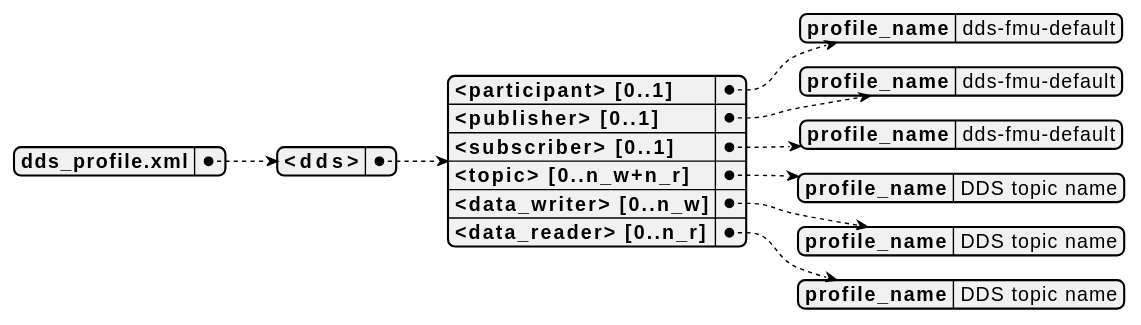
Above: docs/pdf/images/xml-profiles.svg in dnv-opensource/dds-fmu (PlantUML), before the change.
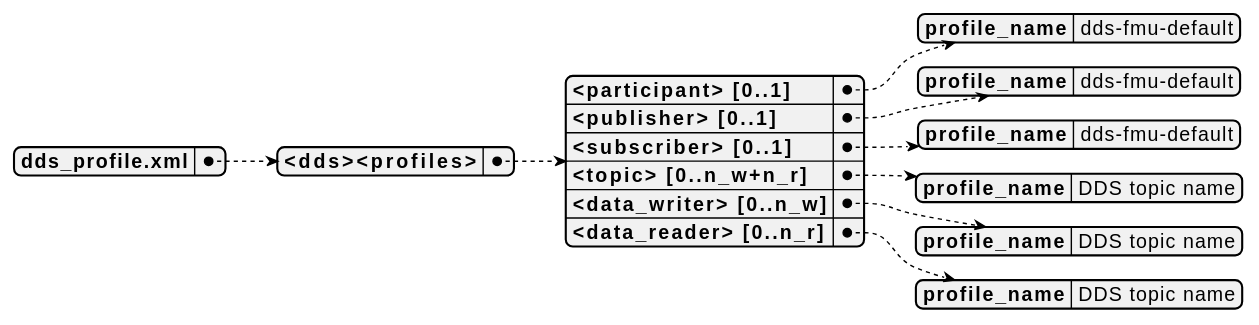
After the change.

Change to the diagram source:
```diff
@@ -1,6 +1,6 @@
 @startyaml
   dds_profile.xml:
-     <dds>:
+     <dds><profiles>:
        <participant> [0..1]:
          profile_name: dds-fmu-default
        <publisher> [0..1]:
```
